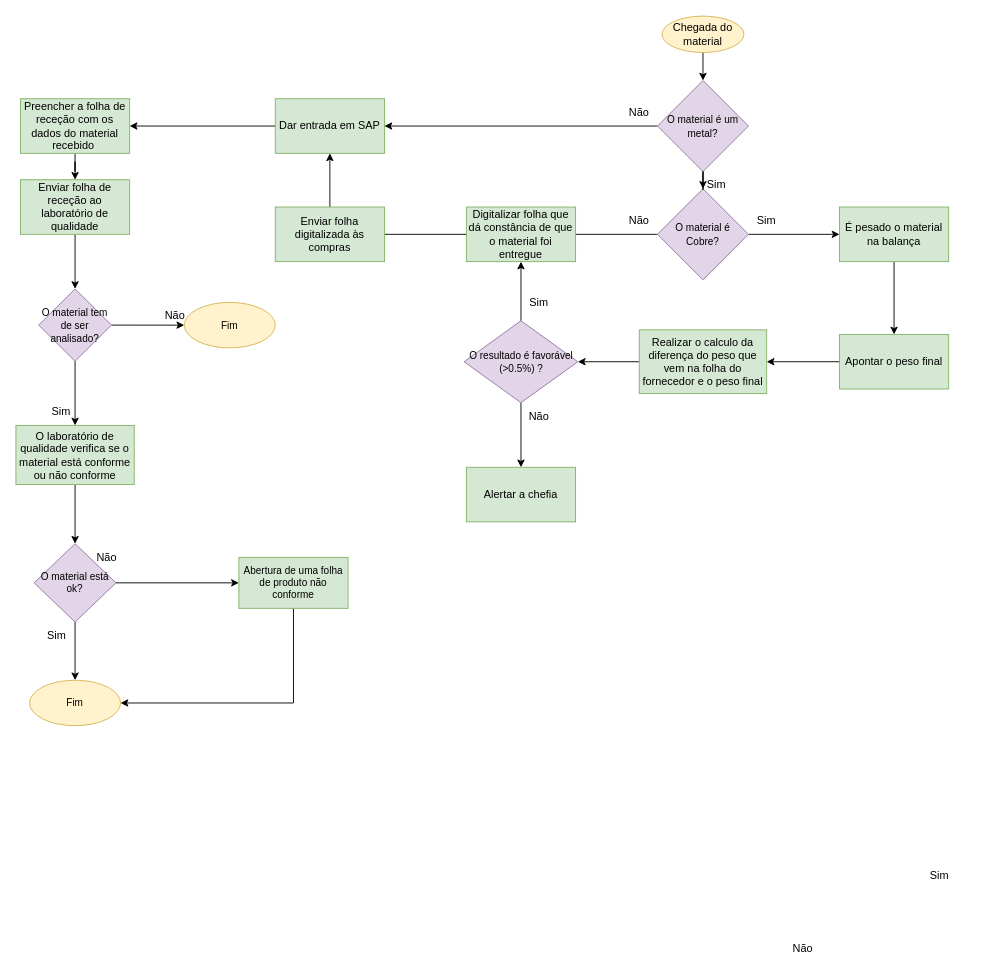
roxanna-df/roxanna-df keeps this draw.io diagram as Untitled Diagram.drawio. Above is the earlier version. Source tidied: cells renumbered, new cells numbered last; positions are measured from the earlier drawing's top-left corner, leaving out a move shared by most shapes. Both pictures are drawn from the tidied source at 91%, with x=0, y=0 at pixel (15, 15).
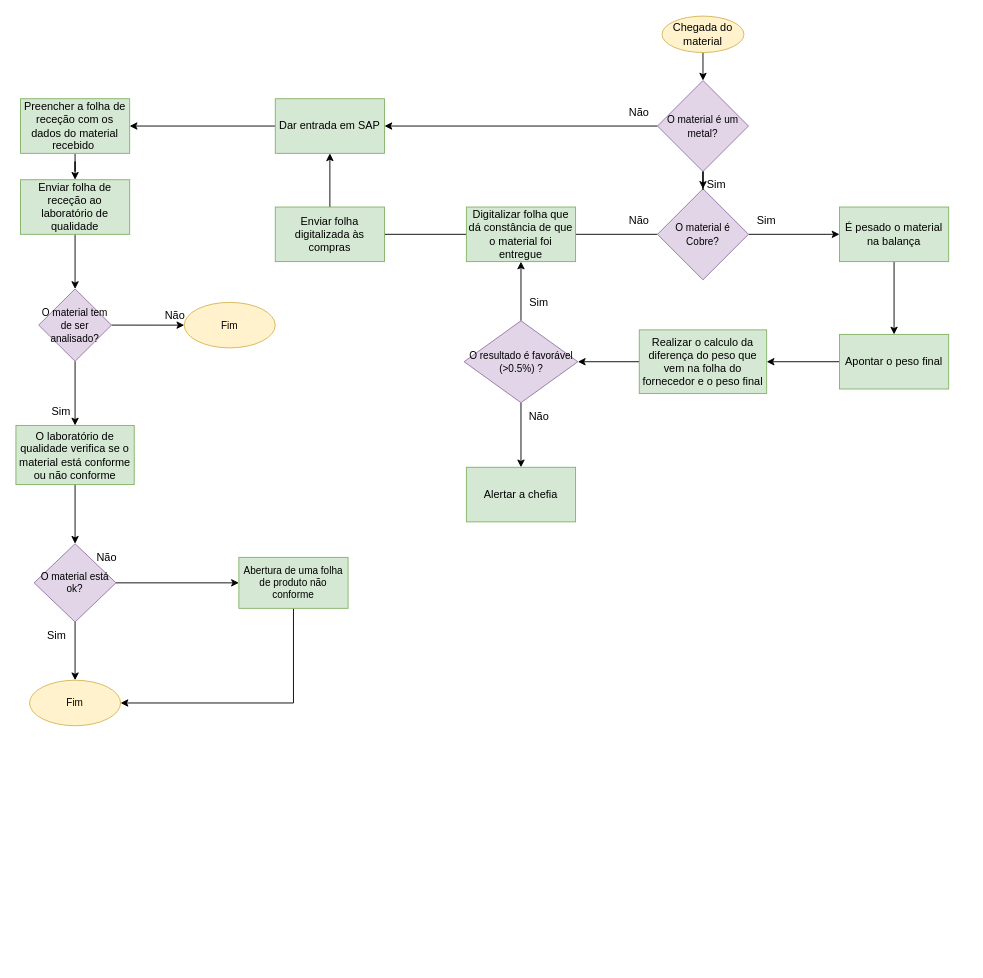
After the change.

The edit, as a diff of the source:
```diff
@@
-    <mxCell id="7" value="Sim" style="text;html=1;strokeColor=none;fillColor=none;align=center;verticalAlign=middle;whiteSpace=wrap;rounded=0;" parent="1" vertex="1">
-      <mxGeometry x="985" y="930" width="60" height="30" as="geometry" />
-    </mxCell>
-    <mxCell id="8" value="Não" style="text;html=1;strokeColor=none;fillColor=none;align=center;verticalAlign=middle;whiteSpace=wrap;rounded=0;" parent="1" vertex="1">
-      <mxGeometry x="835" y="1010" width="60" height="30" as="geometry" />
-    </mxCell>
```
